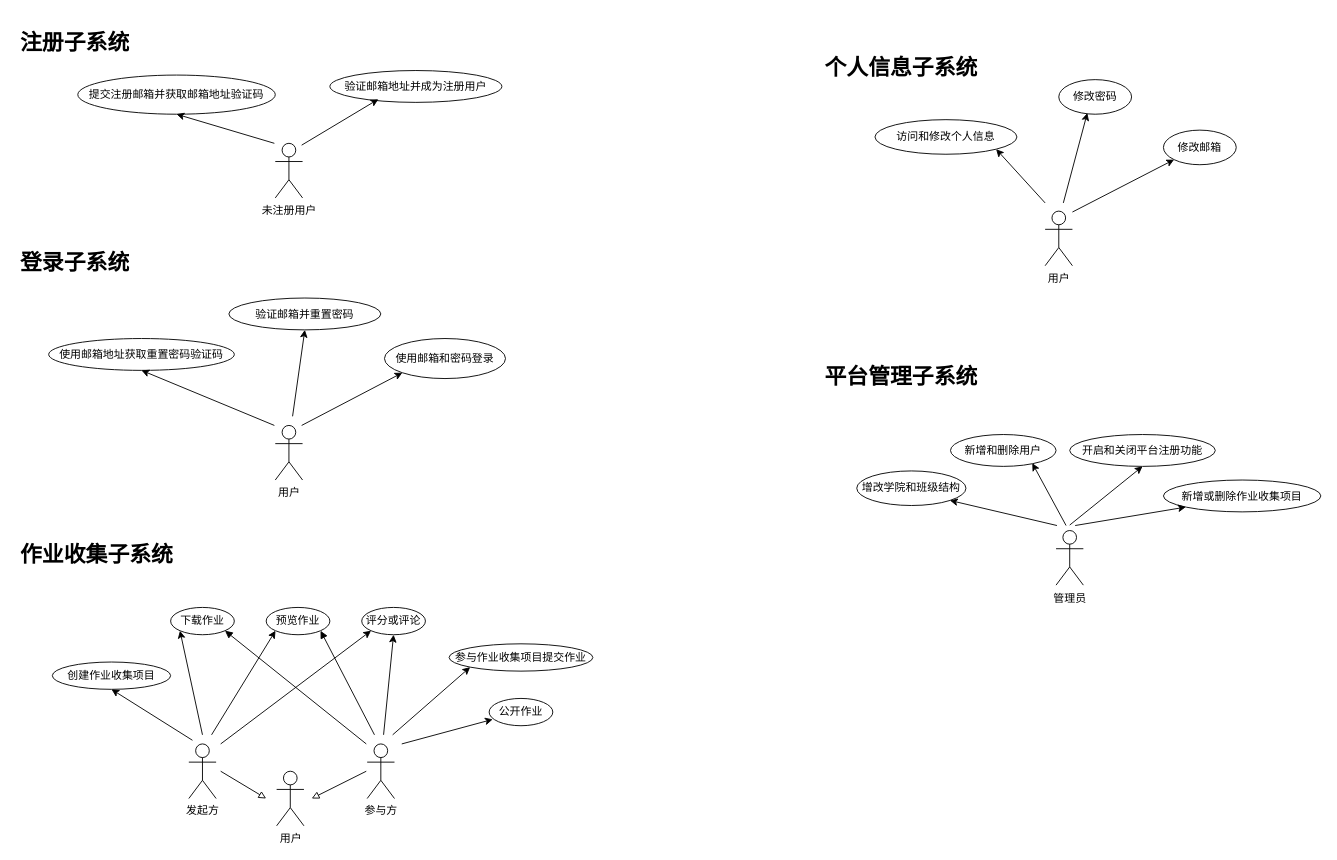
This is page "用例图" (2 of 5) of 需求分析文档/UML图.drawio from super-dash/paperstack-design, a draw.io file, before an edit. Source tidied: cells renumbered, new cells numbered last; positions are measured from the earlier drawing's top-left corner, leaving out a move shared by most shapes. Both pictures are drawn from the tidied source at 91%, with x=0, y=0 at pixel (15, 25).
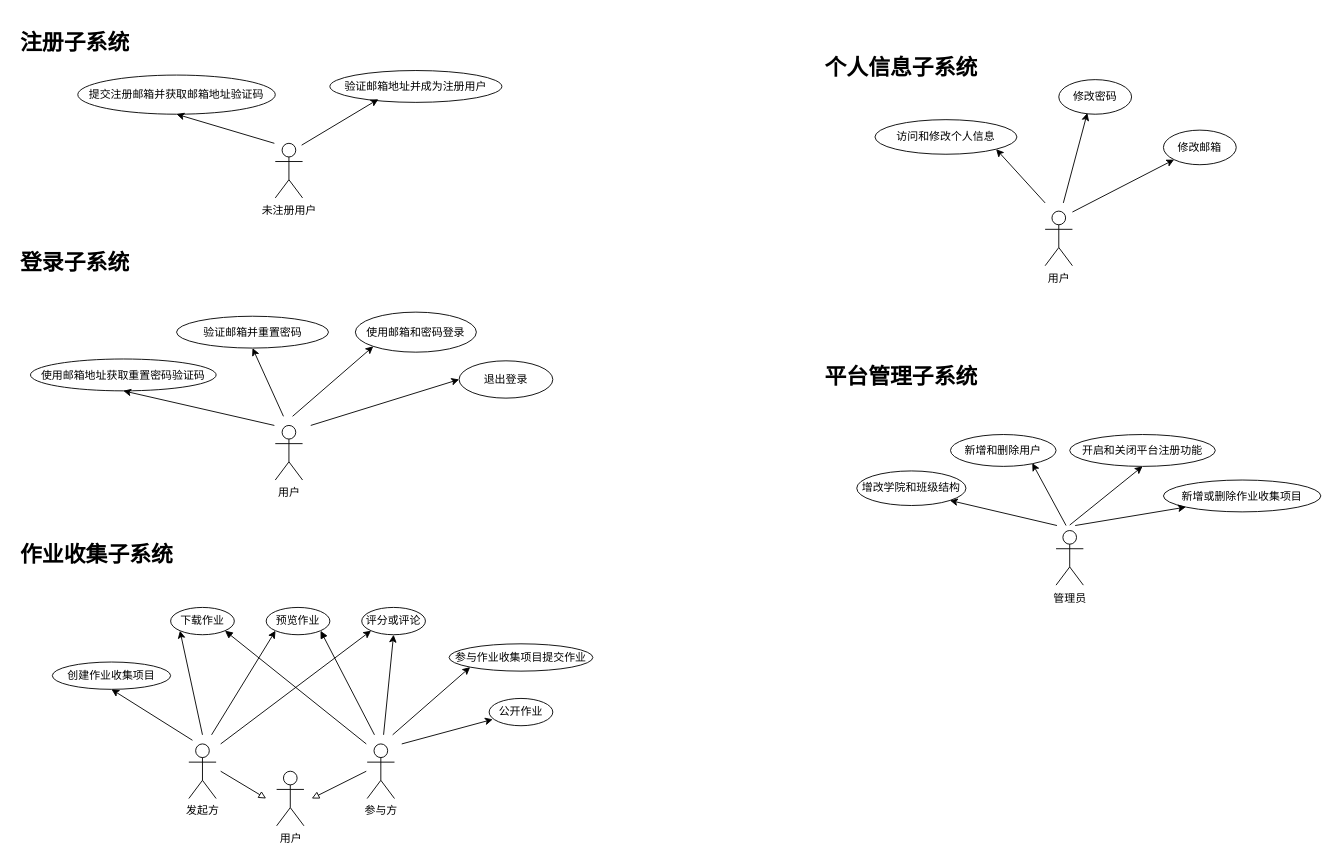
The same diagram, later.

Commit message (it also covers changes not shown here):
补充“退出登录”用例

Change to the diagram source:
```diff
@@
     <mxCell id="15" style="rounded=0;jettySize=auto;html=1;entryX=0;entryY=1;entryDx=0;entryDy=0;endArrow=classic;endFill=1;" parent="1" edge="1" target="17">
       <mxGeometry relative="1" as="geometry">
-        <mxPoint x="314" y="440" as="sourcePoint" />
+        <mxPoint x="304" y="430" as="sourcePoint" />
       </mxGeometry>
     </mxCell>
@@
     <mxCell id="17" value="使用邮箱和密码登录" style="ellipse;whiteSpace=wrap;html=1;" parent="1" vertex="1">
-      <mxGeometry x="405" y="344.5" width="133" height="44" as="geometry" />
+      <mxGeometry x="373" y="315.5" width="133" height="44" as="geometry" />
     </mxCell>
@@
     <mxCell id="38" value="使用邮箱地址获取重置密码验证码" style="ellipse;whiteSpace=wrap;html=1;" parent="1" vertex="1">
-      <mxGeometry x="36" y="344.5" width="204" height="35" as="geometry" />
+      <mxGeometry x="16" y="367" width="204" height="35" as="geometry" />
     </mxCell>
@@
     <mxCell id="42" value="验证邮箱并重置密码" style="ellipse;whiteSpace=wrap;html=1;" parent="1" vertex="1">
-      <mxGeometry x="234" y="300" width="167" height="35" as="geometry" />
+      <mxGeometry x="176.5" y="320" width="167" height="35" as="geometry" />
     </mxCell>
     <mxCell id="43" style="rounded=0;jettySize=auto;html=1;entryX=0.5;entryY=1;entryDx=0;entryDy=0;endArrow=classic;endFill=1;" parent="1" edge="1" target="42">
       <mxGeometry relative="1" as="geometry">
-        <mxPoint x="304" y="430" as="sourcePoint" />
+        <mxPoint x="294" y="430" as="sourcePoint" />
       </mxGeometry>
     </mxCell>
@@
+    <mxCell id="55" value="退出登录" style="ellipse;whiteSpace=wrap;html=1;" parent="1" vertex="1">
+      <mxGeometry x="487" y="369" width="103" height="41" as="geometry" />
+    </mxCell>
+    <mxCell id="56" style="rounded=0;jettySize=auto;html=1;entryX=0;entryY=0.5;entryDx=0;entryDy=0;endArrow=classic;endFill=1;" parent="1" edge="1" target="55">
+      <mxGeometry relative="1" as="geometry">
+        <mxPoint x="324" y="440" as="sourcePoint" />
+      </mxGeometry>
+    </mxCell>
```
